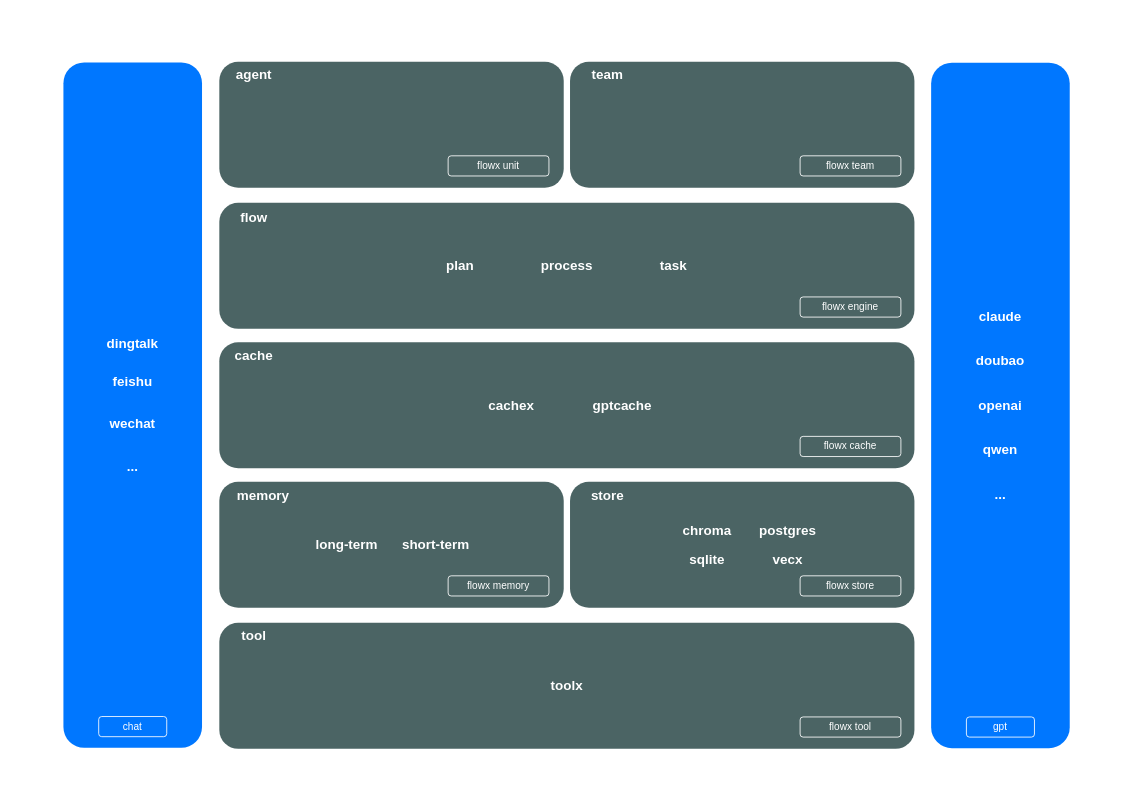
The draw.io diagram arch.drawio in ai-flowx/flowx, before the edit. Source tidied: cells renumbered, new cells numbered last; positions are measured from the earlier drawing's top-left corner, leaving out a move shared by most shapes. Both pictures are drawn from the tidied source at 84%, with x=0, y=0 at pixel (14, 14).
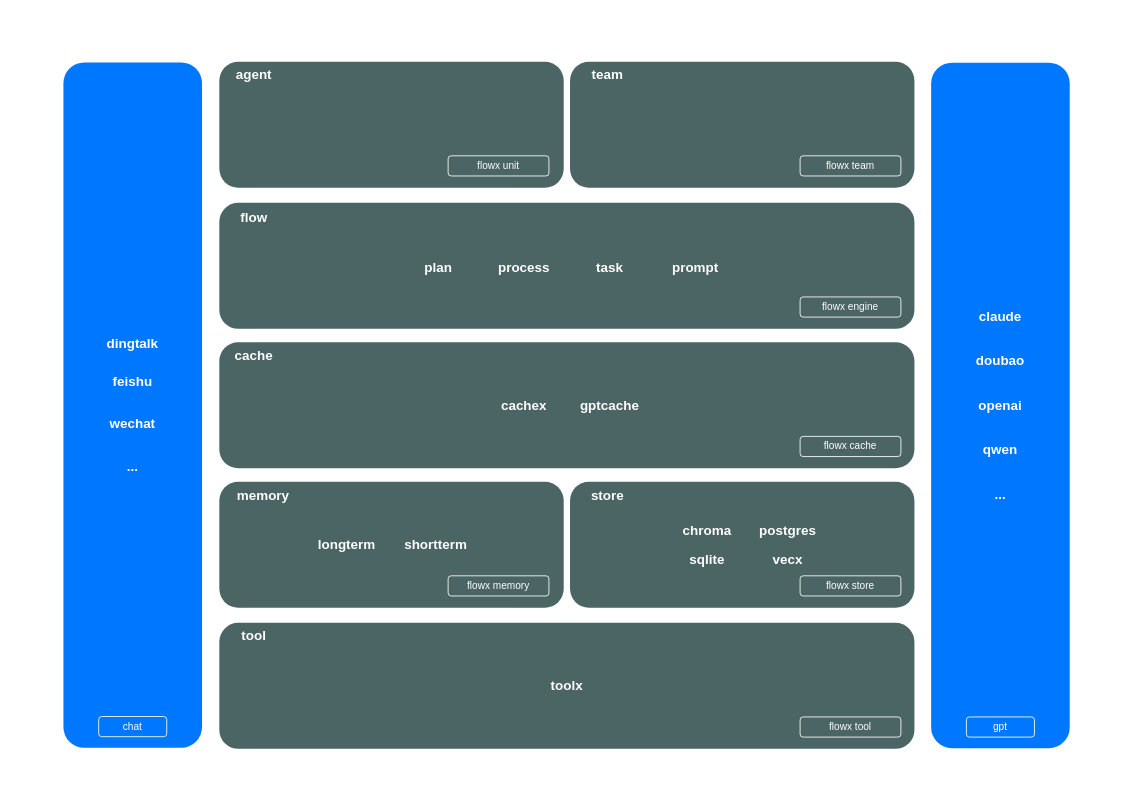
Above is the later version.

The edit, as a diff of the source:
```diff
@@
     <mxCell id="33" value="&lt;b&gt;plan&lt;/b&gt;" style="text;html=1;strokeColor=none;fillColor=none;align=center;verticalAlign=middle;whiteSpace=wrap;rounded=0;fontSize=16;fontColor=#FFFFFF;" parent="1" vertex="1">
-      <mxGeometry x="484.8" y="284" width="91" height="30" as="geometry" />
+      <mxGeometry x="458.8" y="286" width="91" height="30" as="geometry" />
     </mxCell>
     <mxCell id="34" value="&lt;b&gt;process&lt;/b&gt;" style="text;html=1;strokeColor=none;fillColor=none;align=center;verticalAlign=middle;whiteSpace=wrap;rounded=0;fontSize=16;fontColor=#FFFFFF;" parent="1" vertex="1">
-      <mxGeometry x="611.6" y="284" width="91" height="30" as="geometry" />
+      <mxGeometry x="560.8" y="286" width="91" height="30" as="geometry" />
     </mxCell>
     <mxCell id="35" value="&lt;b&gt;task&lt;/b&gt;" style="text;html=1;strokeColor=none;fillColor=none;align=center;verticalAlign=middle;whiteSpace=wrap;rounded=0;fontSize=16;fontColor=#FFFFFF;" parent="1" vertex="1">
-      <mxGeometry x="738.8" y="284" width="91" height="30" as="geometry" />
+      <mxGeometry x="662.8" y="286" width="91" height="30" as="geometry" />
     </mxCell>
@@
     <mxCell id="40" value="&lt;b&gt;cachex&lt;/b&gt;" style="text;html=1;strokeColor=none;fillColor=none;align=center;verticalAlign=middle;whiteSpace=wrap;rounded=0;fontSize=16;fontColor=#FFFFFF;" parent="1" vertex="1">
-      <mxGeometry x="545.8" y="449.8" width="91" height="30" as="geometry" />
+      <mxGeometry x="560.8" y="449.8" width="91" height="30" as="geometry" />
     </mxCell>
     <mxCell id="41" value="&lt;b&gt;gptcache&lt;/b&gt;" style="text;html=1;strokeColor=none;fillColor=none;align=center;verticalAlign=middle;whiteSpace=wrap;rounded=0;fontSize=16;fontColor=#FFFFFF;" parent="1" vertex="1">
-      <mxGeometry x="677.8" y="450.2" width="91" height="30" as="geometry" />
+      <mxGeometry x="662.8" y="450.2" width="91" height="30" as="geometry" />
     </mxCell>
@@
-    <mxCell id="47" value="&lt;b&gt;long-term&lt;/b&gt;" style="text;html=1;strokeColor=none;fillColor=none;align=center;verticalAlign=middle;whiteSpace=wrap;rounded=0;fontSize=16;fontColor=#FFFFFF;" parent="1" vertex="1">
+    <mxCell id="47" value="&lt;b&gt;longterm&lt;/b&gt;" style="text;html=1;strokeColor=none;fillColor=none;align=center;verticalAlign=middle;whiteSpace=wrap;rounded=0;fontSize=16;fontColor=#FFFFFF;" parent="1" vertex="1">
       <mxGeometry x="350" y="616" width="91" height="30" as="geometry" />
     </mxCell>
-    <mxCell id="48" value="&lt;b&gt;short-term&lt;/b&gt;" style="text;html=1;strokeColor=none;fillColor=none;align=center;verticalAlign=middle;whiteSpace=wrap;rounded=0;fontSize=16;fontColor=#FFFFFF;" parent="1" vertex="1">
+    <mxCell id="48" value="&lt;b&gt;shortterm&lt;/b&gt;" style="text;html=1;strokeColor=none;fillColor=none;align=center;verticalAlign=middle;whiteSpace=wrap;rounded=0;fontSize=16;fontColor=#FFFFFF;" parent="1" vertex="1">
       <mxGeometry x="456.1" y="616" width="91" height="30" as="geometry" />
     </mxCell>
+    <mxCell id="49" value="&lt;b&gt;prompt&lt;/b&gt;" style="text;html=1;strokeColor=none;fillColor=none;align=center;verticalAlign=middle;whiteSpace=wrap;rounded=0;fontSize=16;fontColor=#FFFFFF;" parent="1" vertex="1">
+      <mxGeometry x="764.8" y="286" width="91" height="30" as="geometry" />
+    </mxCell>
```
